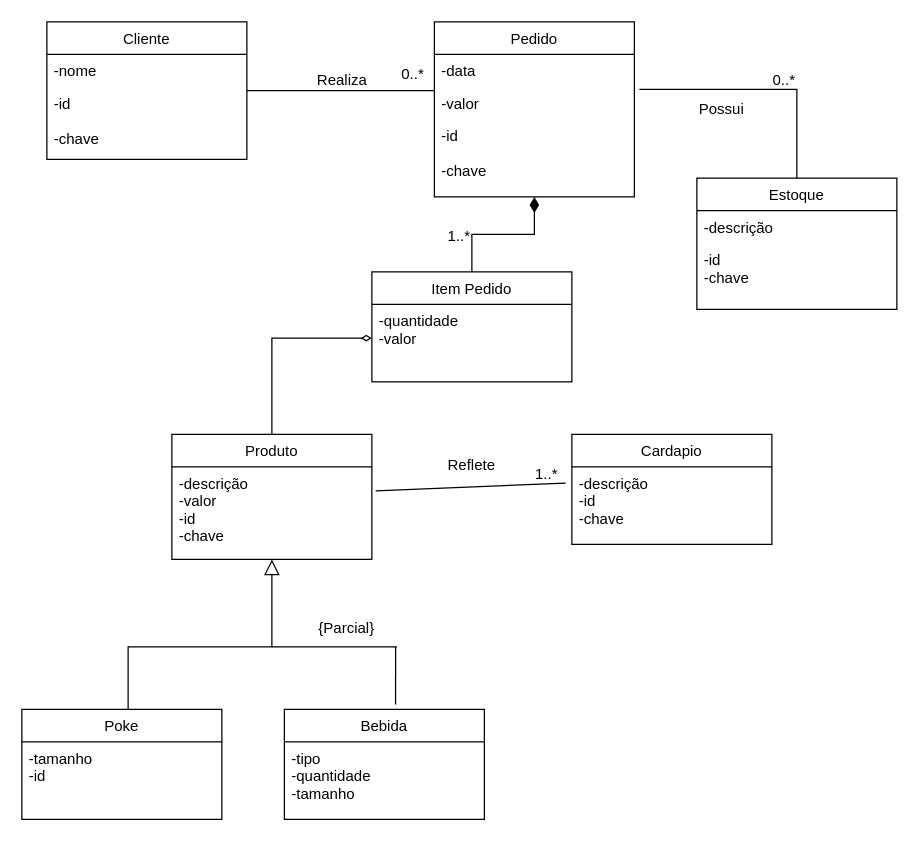
Before: Diagrama sem nome.drawio in Vih2/Engenharia-de-Requisitos, a draw.io diagram. Source tidied: cells renumbered, new cells numbered last; positions are measured from the earlier drawing's top-left corner, leaving out a move shared by most shapes. Both pictures are drawn from the tidied source at 125%, with x=0, y=0 at pixel (21, 21).
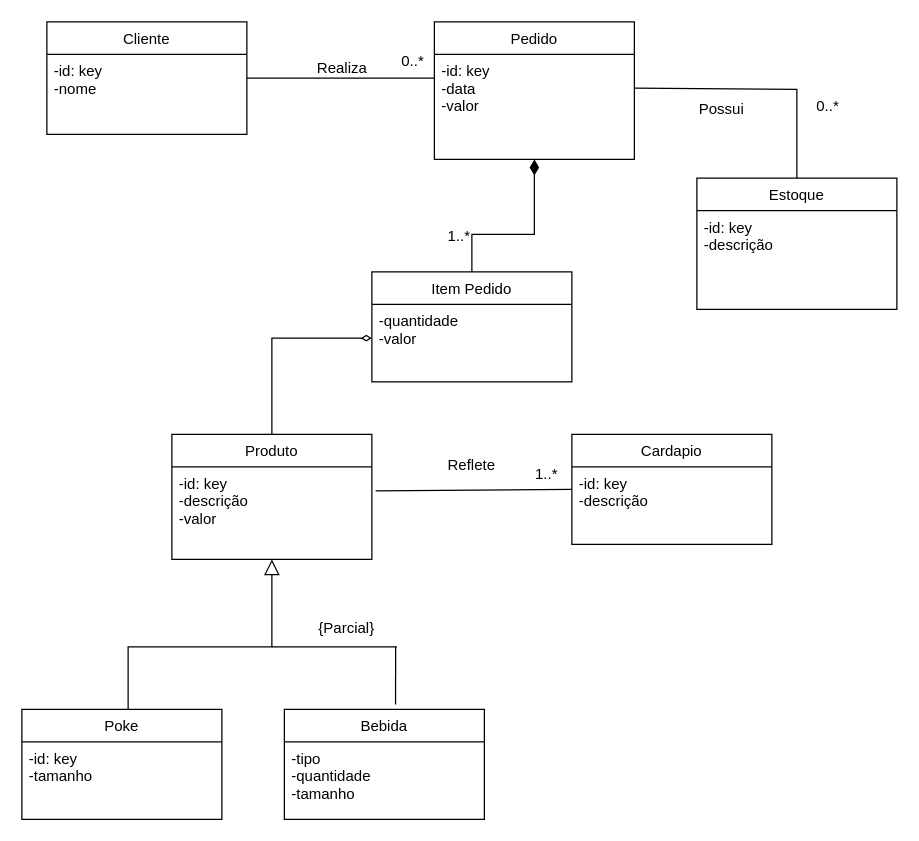
After the change.

Commit message:
20- Modelo Conceitual

The change refers to these unchanged cells:
```xml
<mxCell id="5" value="Item Pedido" style="swimlane;fontStyle=0;align=center;verticalAlign=top;horizontal=1;startSize=26;rounded=0;shadow=0;strokeWidth=1;" parent="1" vertex="1">
  <mxGeometry x="280" y="200" width="160" height="88" as="geometry" />
</mxCell>
<mxCell id="15" value="Produto" style="swimlane;fontStyle=0;align=center;verticalAlign=top;horizontal=1;startSize=26;rounded=0;shadow=0;strokeWidth=1;" parent="1" vertex="1">
  <mxGeometry x="120" y="330" width="160" height="100" as="geometry" />
</mxCell>
<mxCell id="17" value="Poke" style="swimlane;fontStyle=0;align=center;verticalAlign=top;horizontal=1;startSize=26;rounded=0;shadow=0;strokeWidth=1;" parent="1" vertex="1">
  <mxGeometry y="550" width="160" height="88" as="geometry" />
</mxCell>
<mxCell id="25" value="Cardapio" style="swimlane;fontStyle=0;align=center;verticalAlign=top;horizontal=1;startSize=26;rounded=0;shadow=0;strokeWidth=1;" parent="1" vertex="1">
  <mxGeometry x="440" y="330" width="160" height="88" as="geometry" />
</mxCell>
<mxCell id="29" value="Estoque" style="swimlane;fontStyle=0;align=center;verticalAlign=top;horizontal=1;startSize=26;rounded=0;shadow=0;strokeWidth=1;" parent="1" vertex="1">
  <mxGeometry x="540" y="125" width="160" height="105" as="geometry" />
</mxCell>
```

Change to the diagram source:
```diff
@@
     <mxCell id="2" value="Cliente" style="swimlane;fontStyle=0;align=center;verticalAlign=top;horizontal=1;startSize=26;rounded=0;shadow=0;strokeWidth=1;" parent="1" vertex="1">
-      <mxGeometry x="20" width="160" height="110" as="geometry" />
+      <mxGeometry x="20" width="160" height="90" as="geometry" />
     </mxCell>
-    <mxCell id="3" value="-nome" style="text;align=left;verticalAlign=top;spacingLeft=4;spacingRight=4;overflow=hidden;" parent="2" vertex="1">
-      <mxGeometry y="26" width="160" height="26" as="geometry" />
-    </mxCell>
-    <mxCell id="4" value="-id&#10;&#10;-chave" style="text;align=left;verticalAlign=top;spacingLeft=4;spacingRight=4;overflow=hidden;rounded=0;shadow=0;html=0;" parent="2" vertex="1">
-      <mxGeometry y="52" width="160" height="58" as="geometry" />
-    </mxCell>
+    <mxCell id="38" value="-id: key&#10;-nome" style="text;align=left;verticalAlign=top;spacingLeft=4;spacingRight=4;overflow=hidden;" parent="2" vertex="1">
+      <mxGeometry y="26" width="160" height="54" as="geometry" />
+    </mxCell>
@@
-    <mxCell id="7" style="endArrow=diamondThin;endSize=10;endFill=1;shadow=0;strokeWidth=1;rounded=0;curved=0;edgeStyle=elbowEdgeStyle;elbow=vertical;entryX=0.5;entryY=1;entryDx=0;entryDy=0;entryPerimeter=0;" parent="1" edge="1" source="5" target="11">
+    <mxCell id="7" style="endArrow=diamondThin;endSize=10;endFill=1;shadow=0;strokeWidth=1;rounded=0;curved=0;edgeStyle=elbowEdgeStyle;elbow=vertical;entryX=0.5;entryY=1;entryDx=0;entryDy=0;" parent="1" edge="1" source="5" target="8">
       <mxGeometry relative="1" as="geometry">
         <Array as="points">
           <mxPoint x="360" y="170" />
           <mxPoint x="490" y="140" />
         </Array>
       </mxGeometry>
     </mxCell>
     <mxCell id="8" value="Pedido" style="swimlane;fontStyle=0;align=center;verticalAlign=top;horizontal=1;startSize=26;rounded=0;shadow=0;strokeWidth=1;" parent="1" vertex="1">
-      <mxGeometry x="330" width="160" height="140" as="geometry" />
+      <mxGeometry x="330" width="160" height="110" as="geometry" />
     </mxCell>
-    <mxCell id="9" value="-data" style="text;align=left;verticalAlign=top;spacingLeft=4;spacingRight=4;overflow=hidden;points=[[0,0.5],[1,0.5]];portConstraint=eastwest;" parent="8" vertex="1">
-      <mxGeometry y="26" width="160" height="26" as="geometry" />
+    <mxCell id="9" value="-id: key&#10;-data&#10;-valor&#10;" style="text;align=left;verticalAlign=top;spacingLeft=4;spacingRight=4;overflow=hidden;points=[[0,0.5],[1,0.5]];portConstraint=eastwest;" parent="8" vertex="1">
+      <mxGeometry y="26" width="160" height="54" as="geometry" />
     </mxCell>
-    <mxCell id="10" value="-valor" style="text;align=left;verticalAlign=top;spacingLeft=4;spacingRight=4;overflow=hidden;points=[[0,0.5],[1,0.5]];portConstraint=eastwest;rounded=0;shadow=0;html=0;" parent="8" vertex="1">
-      <mxGeometry y="52" width="160" height="26" as="geometry" />
-    </mxCell>
-    <mxCell id="11" value="-id&#10;&#10;-chave&#10;" style="text;align=left;verticalAlign=top;spacingLeft=4;spacingRight=4;overflow=hidden;points=[[0,0.5],[1,0.5]];portConstraint=eastwest;rounded=0;shadow=0;html=0;" parent="8" vertex="1">
-      <mxGeometry y="78" width="160" height="62" as="geometry" />
-    </mxCell>
@@
-    <mxCell id="16" value="-descrição&#10;-valor&#10;-id&#10;-chave&#10;" style="text;align=left;verticalAlign=top;spacingLeft=4;spacingRight=4;overflow=hidden;points=[[0,0.5],[1,0.5]];portConstraint=eastwest;" parent="15" vertex="1">
+    <mxCell id="16" value="-id: key&#10;-descrição&#10;-valor&#10;&#10;" style="text;align=left;verticalAlign=top;spacingLeft=4;spacingRight=4;overflow=hidden;points=[[0,0.5],[1,0.5]];portConstraint=eastwest;" parent="15" vertex="1">
       <mxGeometry y="26" width="160" height="74" as="geometry" />
     </mxCell>
@@
-    <mxCell id="18" value="-tamanho&#10;-id" style="text;align=left;verticalAlign=top;spacingLeft=4;spacingRight=4;overflow=hidden;" parent="17" vertex="1">
+    <mxCell id="18" value="-id: key&#10;-tamanho&#10;" style="text;align=left;verticalAlign=top;spacingLeft=4;spacingRight=4;overflow=hidden;" parent="17" vertex="1">
       <mxGeometry y="26" width="160" height="54" as="geometry" />
     </mxCell>
@@
-    <mxCell id="26" value="-descrição&#10;-id&#10;-chave&#10;" style="text;align=left;verticalAlign=top;spacingLeft=4;spacingRight=4;overflow=hidden;points=[[0,0.5],[1,0.5]];portConstraint=eastwest;" parent="25" vertex="1">
+    <mxCell id="26" value="-id: key&#10;-descrição&#10;&#10;" style="text;align=left;verticalAlign=top;spacingLeft=4;spacingRight=4;overflow=hidden;points=[[0,0.5],[1,0.5]];portConstraint=eastwest;" parent="25" vertex="1">
       <mxGeometry y="26" width="160" height="54" as="geometry" />
     </mxCell>
-    <mxCell id="27" style="endArrow=none;html=1;rounded=0;entryX=-0.031;entryY=0.241;entryDx=0;entryDy=0;entryPerimeter=0;exitX=1.019;exitY=0.259;exitDx=0;exitDy=0;exitPerimeter=0;" parent="1" edge="1" source="16" target="26">
+    <mxCell id="27" style="endArrow=none;html=1;rounded=0;entryX=0;entryY=0.333;entryDx=0;entryDy=0;entryPerimeter=0;exitX=1.019;exitY=0.259;exitDx=0;exitDy=0;exitPerimeter=0;" parent="1" edge="1" source="16" target="26">
       <mxGeometry relative="1" as="geometry" />
     </mxCell>
@@
-    <mxCell id="30" value="-descrição" style="text;align=left;verticalAlign=top;spacingLeft=4;spacingRight=4;overflow=hidden;" parent="29" vertex="1">
-      <mxGeometry y="26" width="160" height="26" as="geometry" />
+    <mxCell id="30" value="-id: key&#10;-descrição" style="text;align=left;verticalAlign=top;spacingLeft=4;spacingRight=4;overflow=hidden;" parent="29" vertex="1">
+      <mxGeometry y="26" width="160" height="54" as="geometry" />
     </mxCell>
-    <mxCell id="31" value="-id&#10;-chave&#10;" style="text;align=left;verticalAlign=top;spacingLeft=4;spacingRight=4;overflow=hidden;rounded=0;shadow=0;html=0;" parent="29" vertex="1">
-      <mxGeometry y="52" width="160" height="48" as="geometry" />
-    </mxCell>
-    <mxCell id="32" style="endArrow=none;html=1;rounded=0;exitX=1.025;exitY=0.077;exitDx=0;exitDy=0;exitPerimeter=0;entryX=0.5;entryY=0;entryDx=0;entryDy=0;" parent="1" edge="1" source="10" target="29">
+    <mxCell id="32" style="endArrow=none;html=1;rounded=0;exitX=1;exitY=0.5;exitDx=0;exitDy=0;entryX=0.5;entryY=0;entryDx=0;entryDy=0;" parent="1" edge="1" source="9" target="29">
       <mxGeometry relative="1" as="geometry">
         <Array as="points">
           <mxPoint x="620" y="54" />
         </Array>
       </mxGeometry>
     </mxCell>
     <mxCell id="33" value="0..*" style="align=right;verticalAlign=bottom;labelBackgroundColor=none;fontSize=12;" parent="1" vertex="1">
-      <mxGeometry x="620" y="55" as="geometry" />
+      <mxGeometry x="640" y="55" as="geometry">
+        <mxPoint x="15" y="21" as="offset" />
+      </mxGeometry>
     </mxCell>
```
